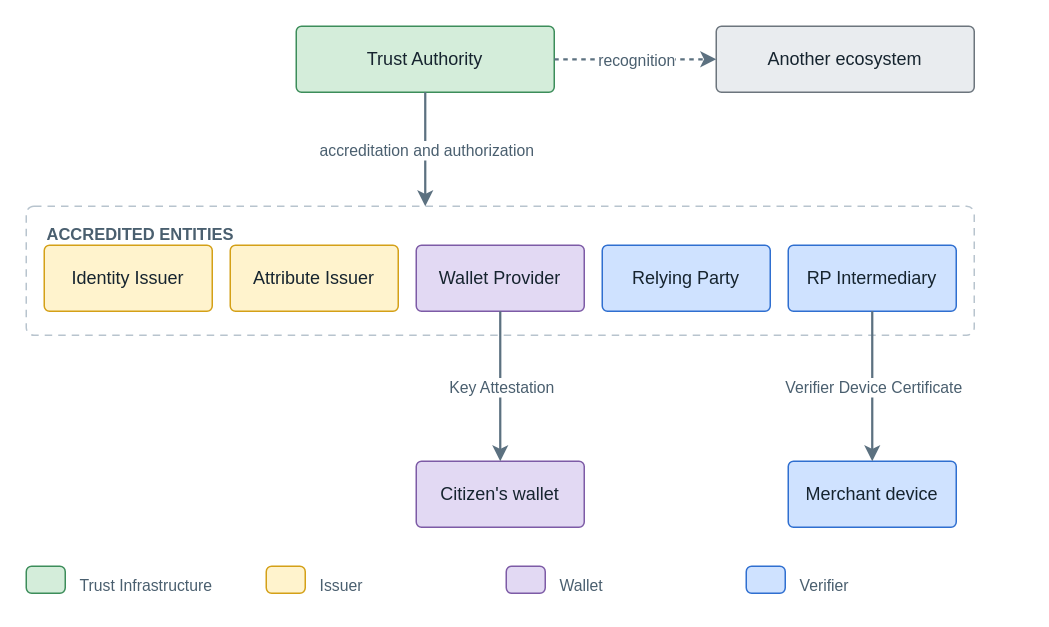
Earlier version of the draw.io diagram images/architecture-framework/trust-model/chain-of-trust.drawio (id-verifiable-credential-dev/id-doc-idctf). Source tidied: cells renumbered, new cells numbered last; positions are measured from the earlier drawing's top-left corner, leaving out a move shared by most shapes. Both pictures are drawn from the tidied source at 150%, with x=0, y=0 at pixel (26, 26).
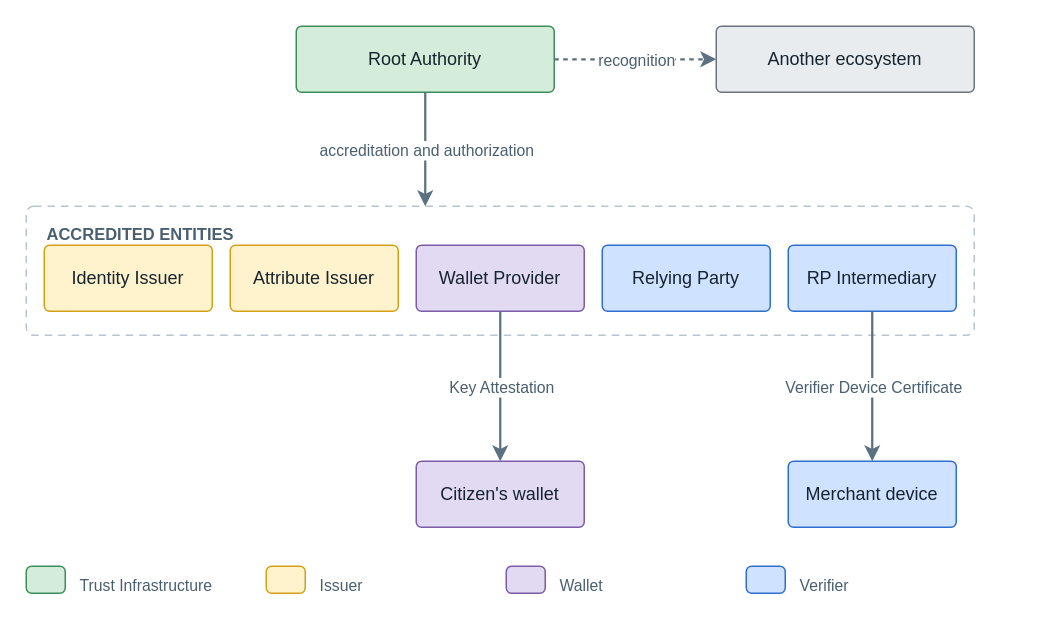
The same diagram, later.

Diff of the diagram source:
```diff
@@
-    <mxCell id="2" value="Trust Authority" style="rounded=1;arcSize=8;fillColor=#d4edda;strokeColor=#3c8d5a;fontSize=12;fontColor=#16242f;html=1;whiteSpace=wrap;verticalAlign=middle;" parent="1" vertex="1">
+    <mxCell id="2" value="Root Authority" style="rounded=1;arcSize=8;fillColor=#d4edda;strokeColor=#3c8d5a;fontSize=12;fontColor=#16242f;html=1;whiteSpace=wrap;verticalAlign=middle;" parent="1" vertex="1">
       <mxGeometry x="180" width="172" height="44" as="geometry" />
     </mxCell>
```
